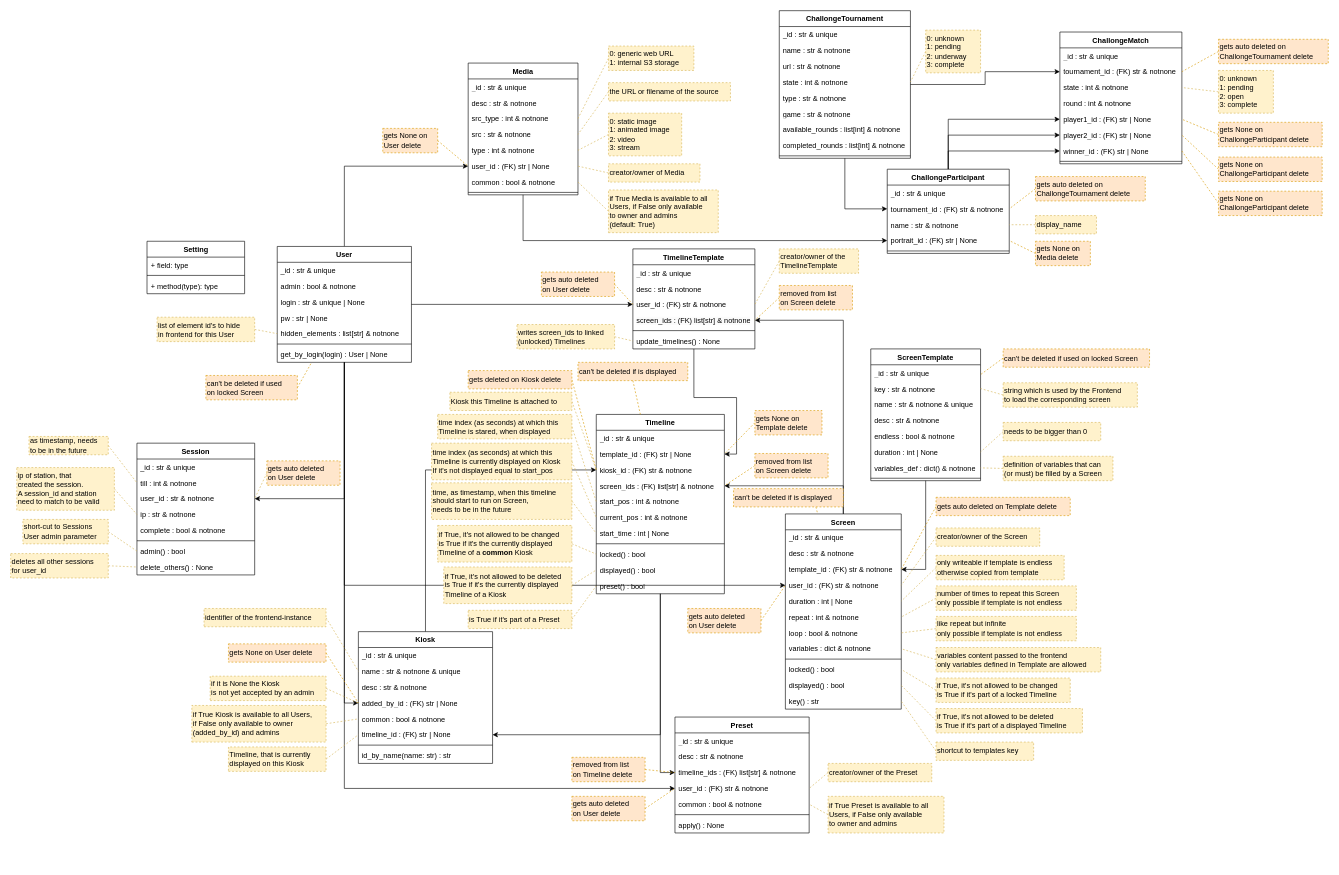
The draw.io diagram docs/elements.drawio in nlptournament/nlpt-kiosk, before the edit. Source tidied: cells renumbered, new cells numbered last; positions are measured from the earlier drawing's top-left corner, leaving out a move shared by most shapes. Both pictures are drawn from the tidied source at 61%, with x=0, y=0 at pixel (10, 10).
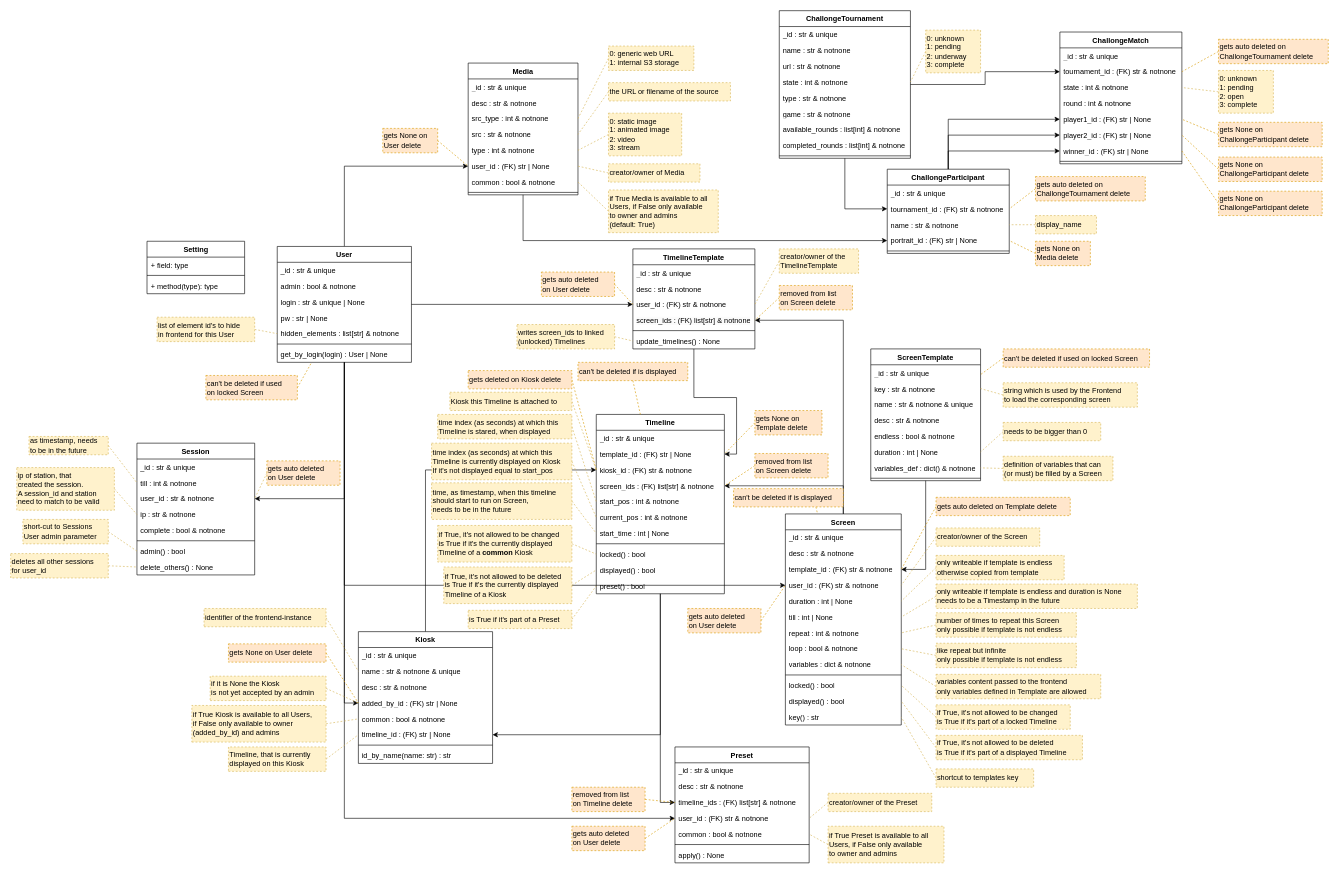
The same page after the edit.

Commit message (it also covers changes not shown here):
instead of a duration it is now possible to define a till for Screens

Diff of the diagram source:
```diff
@@
     <mxCell id="83" value="Screen" style="swimlane;fontStyle=1;align=center;verticalAlign=top;horizontal=1;startSize=26;whiteSpace=wrap;html=1;" parent="1" vertex="1">
-      <mxGeometry x="1270" y="825" width="190" height="320" as="geometry" />
+      <mxGeometry x="1270" y="825" width="190" height="346" as="geometry" />
     </mxCell>
@@
+    <mxCell id="256" value="till : int | None" style="text;strokeColor=none;fillColor=none;align=left;verticalAlign=top;spacingLeft=4;spacingRight=4;overflow=hidden;points=[[0,0.5],[1,0.5]];portConstraint=eastwest;whiteSpace=wrap;html=1;" parent="83" vertex="1">
+      <mxGeometry y="156" width="190" height="26" as="geometry" />
+    </mxCell>
     <mxCell id="89" value="repeat : int &amp;amp; notnone" style="text;strokeColor=none;fillColor=none;align=left;verticalAlign=top;spacingLeft=4;spacingRight=4;overflow=hidden;points=[[0,0.5],[1,0.5]];portConstraint=eastwest;whiteSpace=wrap;html=1;" parent="83" vertex="1">
-      <mxGeometry y="156" width="190" height="26" as="geometry" />
+      <mxGeometry y="182" width="190" height="26" as="geometry" />
     </mxCell>
     <mxCell id="90" value="loop : bool &amp;amp; notnone" style="text;strokeColor=none;fillColor=none;align=left;verticalAlign=top;spacingLeft=4;spacingRight=4;overflow=hidden;points=[[0,0.5],[1,0.5]];portConstraint=eastwest;whiteSpace=wrap;html=1;" parent="83" vertex="1">
-      <mxGeometry y="182" width="190" height="26" as="geometry" />
+      <mxGeometry y="208" width="190" height="26" as="geometry" />
     </mxCell>
     <mxCell id="91" value="variables : dict &amp;amp; notnone" style="text;strokeColor=none;fillColor=none;align=left;verticalAlign=top;spacingLeft=4;spacingRight=4;overflow=hidden;points=[[0,0.5],[1,0.5]];portConstraint=eastwest;whiteSpace=wrap;html=1;" parent="83" vertex="1">
-      <mxGeometry y="208" width="190" height="26" as="geometry" />
+      <mxGeometry y="234" width="190" height="26" as="geometry" />
     </mxCell>
     <mxCell id="92" style="line;strokeWidth=1;fillColor=none;align=left;verticalAlign=middle;spacingTop=-1;spacingLeft=3;spacingRight=3;labelPosition=right;strokeColor=inherit;" parent="83" vertex="1">
-      <mxGeometry y="234" width="190" height="8" as="geometry" />
+      <mxGeometry y="260" width="190" height="8" as="geometry" />
     </mxCell>
     <mxCell id="93" value="locked() : bool" style="text;align=left;verticalAlign=top;spacingLeft=4;spacingRight=4;overflow=hidden;points=[[0,0.5],[1,0.5]];portConstraint=eastwest;whiteSpace=wrap;html=1;" parent="83" vertex="1">
-      <mxGeometry y="242" width="190" height="26" as="geometry" />
+      <mxGeometry y="268" width="190" height="26" as="geometry" />
     </mxCell>
     <mxCell id="94" value="displayed() : bool" style="text;align=left;verticalAlign=top;spacingLeft=4;spacingRight=4;overflow=hidden;points=[[0,0.5],[1,0.5]];portConstraint=eastwest;whiteSpace=wrap;html=1;" parent="83" vertex="1">
-      <mxGeometry y="268" width="190" height="26" as="geometry" />
+      <mxGeometry y="294" width="190" height="26" as="geometry" />
     </mxCell>
     <mxCell id="95" value="key() : str" style="text;strokeColor=none;fillColor=none;align=left;verticalAlign=top;spacingLeft=4;spacingRight=4;overflow=hidden;points=[[0,0.5],[1,0.5]];portConstraint=eastwest;whiteSpace=wrap;html=1;" parent="83" vertex="1">
-      <mxGeometry y="294" width="190" height="26" as="geometry" />
+      <mxGeometry y="320" width="190" height="26" as="geometry" />
     </mxCell>
@@
     <mxCell id="106" value="Preset" style="swimlane;fontStyle=1;align=center;verticalAlign=top;horizontal=1;startSize=26;whiteSpace=wrap;html=1;" parent="1" vertex="1">
-      <mxGeometry x="1089" y="1158" width="220" height="190" as="geometry" />
+      <mxGeometry x="1089" y="1207" width="220" height="190" as="geometry" />
     </mxCell>
@@
     <mxCell id="117" value="if True, it's not allowed to be changed&lt;div&gt;is True if it's part of a locked Timeline&lt;br&gt;&lt;/div&gt;" style="rounded=0;whiteSpace=wrap;html=1;fillColor=#fff2cc;strokeColor=#d6b656;dashed=1;align=left;verticalAlign=middle;horizontal=1;labelPosition=center;verticalLabelPosition=middle;" parent="1" vertex="1">
-      <mxGeometry x="1517" y="1094" width="220" height="40" as="geometry" />
+      <mxGeometry x="1517" y="1138" width="220" height="40" as="geometry" />
     </mxCell>
@@
     <mxCell id="125" value="&lt;div&gt;number of times to repeat this Screen&lt;/div&gt;&lt;div&gt;only possible if template is not endless&lt;/div&gt;" style="rounded=0;whiteSpace=wrap;html=1;fillColor=#fff2cc;strokeColor=#d6b656;dashed=1;align=left;verticalAlign=middle;horizontal=1;labelPosition=center;verticalLabelPosition=middle;" parent="1" vertex="1">
-      <mxGeometry x="1517" y="943" width="230" height="40" as="geometry" />
+      <mxGeometry x="1517" y="987" width="230" height="40" as="geometry" />
     </mxCell>
@@
     <mxCell id="127" value="&lt;div&gt;like repeat but infinite&lt;/div&gt;&lt;div&gt;only possible if template is not endless&lt;/div&gt;" style="rounded=0;whiteSpace=wrap;html=1;fillColor=#fff2cc;strokeColor=#d6b656;dashed=1;align=left;verticalAlign=middle;horizontal=1;labelPosition=center;verticalLabelPosition=middle;" parent="1" vertex="1">
-      <mxGeometry x="1517" y="993" width="230" height="40" as="geometry" />
+      <mxGeometry x="1517" y="1037" width="230" height="40" as="geometry" />
     </mxCell>
@@
     <mxCell id="133" value="&lt;div&gt;shortcut to templates key&lt;/div&gt;" style="rounded=0;whiteSpace=wrap;html=1;fillColor=#fff2cc;strokeColor=#d6b656;dashed=1;align=left;verticalAlign=middle;horizontal=1;labelPosition=center;verticalLabelPosition=middle;" parent="1" vertex="1">
-      <mxGeometry x="1517" y="1199" width="160" height="30" as="geometry" />
+      <mxGeometry x="1517" y="1243" width="160" height="30" as="geometry" />
     </mxCell>
@@
     <mxCell id="139" value="&lt;div&gt;creator/owner of the Preset&lt;/div&gt;" style="rounded=0;whiteSpace=wrap;html=1;fillColor=#fff2cc;strokeColor=#d6b656;dashed=1;align=left;verticalAlign=middle;horizontal=1;labelPosition=center;verticalLabelPosition=middle;" parent="1" vertex="1">
-      <mxGeometry x="1340" y="1234" width="170" height="30" as="geometry" />
+      <mxGeometry x="1340" y="1283" width="170" height="30" as="geometry" />
     </mxCell>
@@
     <mxCell id="151" value="gets auto deleted&lt;br&gt;on User delete" style="rounded=0;whiteSpace=wrap;html=1;fillColor=#ffe6cc;strokeColor=#d79b00;dashed=1;align=left;verticalAlign=middle;horizontal=1;labelPosition=center;verticalLabelPosition=middle;" parent="1" vertex="1">
-      <mxGeometry x="920" y="1288" width="120" height="40" as="geometry" />
+      <mxGeometry x="920" y="1337" width="120" height="40" as="geometry" />
     </mxCell>
@@
     <mxCell id="157" value="removed from list&lt;div&gt;on Timeline delete&lt;/div&gt;" style="rounded=0;whiteSpace=wrap;html=1;fillColor=#ffe6cc;strokeColor=#d79b00;dashed=1;align=left;verticalAlign=middle;horizontal=1;labelPosition=center;verticalLabelPosition=middle;" parent="1" vertex="1">
-      <mxGeometry x="920" y="1224" width="120" height="40" as="geometry" />
+      <mxGeometry x="920" y="1273" width="120" height="40" as="geometry" />
     </mxCell>
@@
     <mxCell id="161" value="&lt;div&gt;variables content passed to the frontend&lt;/div&gt;&lt;div&gt;only variables defined in Template are allowed&lt;/div&gt;" style="rounded=0;whiteSpace=wrap;html=1;fillColor=#fff2cc;strokeColor=#d6b656;dashed=1;align=left;verticalAlign=middle;horizontal=1;labelPosition=center;verticalLabelPosition=middle;" parent="1" vertex="1">
-      <mxGeometry x="1517" y="1044" width="270" height="40" as="geometry" />
+      <mxGeometry x="1517" y="1088" width="270" height="40" as="geometry" />
     </mxCell>
@@
     <mxCell id="177" value="if True Preset is available to&amp;nbsp;&lt;span style=&quot;background-color: initial;&quot;&gt;all&lt;/span&gt;&lt;div&gt;&lt;span style=&quot;background-color: initial;&quot;&gt;Users, if False only&amp;nbsp;&lt;/span&gt;&lt;span style=&quot;background-color: initial;&quot;&gt;available&lt;/span&gt;&lt;/div&gt;&lt;div&gt;&lt;span style=&quot;background-color: initial;&quot;&gt;to owner&amp;nbsp;&lt;/span&gt;&lt;span style=&quot;background-color: initial;&quot;&gt;and admins&lt;/span&gt;&lt;/div&gt;" style="rounded=0;whiteSpace=wrap;html=1;fillColor=#fff2cc;strokeColor=#d6b656;dashed=1;align=left;verticalAlign=middle;horizontal=1;labelPosition=center;verticalLabelPosition=middle;flipV=1;" parent="1" vertex="1">
-      <mxGeometry x="1340" y="1288" width="190" height="60" as="geometry" />
+      <mxGeometry x="1340" y="1337" width="190" height="60" as="geometry" />
     </mxCell>
@@
     <mxCell id="253" value="if True, it's not allowed to be deleted&lt;div&gt;is True if it's part of a displayed Timeline&lt;br&gt;&lt;/div&gt;" style="rounded=0;whiteSpace=wrap;html=1;fillColor=#fff2cc;strokeColor=#d6b656;dashed=1;align=left;verticalAlign=middle;horizontal=1;labelPosition=center;verticalLabelPosition=middle;" parent="1" vertex="1">
-      <mxGeometry x="1517" y="1144" width="240" height="40" as="geometry" />
+      <mxGeometry x="1517" y="1188" width="240" height="40" as="geometry" />
     </mxCell>
@@
+    <mxCell id="257" style="edgeStyle=none;html=1;exitX=0;exitY=0.5;exitDx=0;exitDy=0;entryX=1;entryY=0.5;entryDx=0;entryDy=0;endArrow=none;endFill=0;dashed=1;fillColor=#fff2cc;strokeColor=#d6b656;" parent="1" edge="1" source="258" target="256">
+      <mxGeometry relative="1" as="geometry" />
+    </mxCell>
+    <mxCell id="258" value="&lt;div&gt;only writeable if template is endless and duration is None&lt;/div&gt;&lt;div&gt;needs to be a Timestamp in the future&lt;/div&gt;" style="rounded=0;whiteSpace=wrap;html=1;fillColor=#fff2cc;strokeColor=#d6b656;dashed=1;align=left;verticalAlign=middle;horizontal=1;labelPosition=center;verticalLabelPosition=middle;" parent="1" vertex="1">
+      <mxGeometry x="1517" y="940" width="330" height="40" as="geometry" />
+    </mxCell>
```
